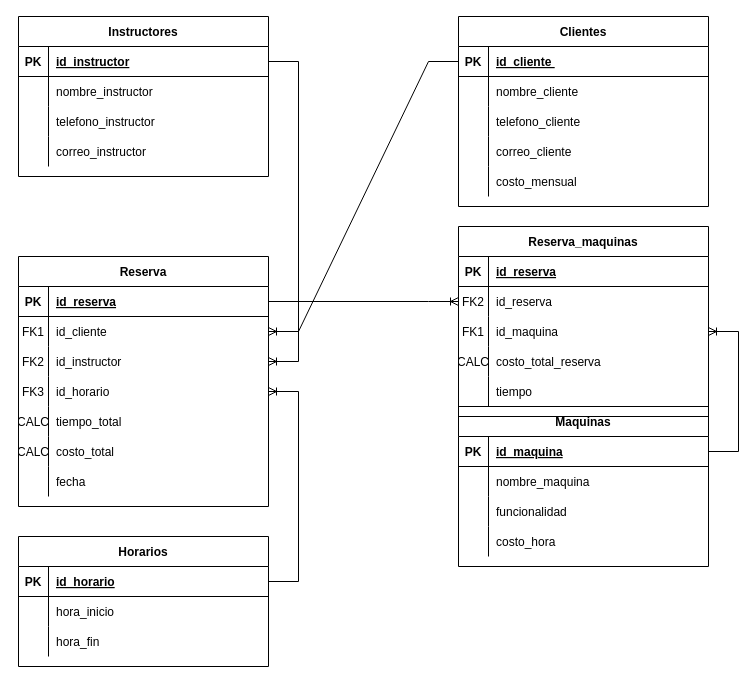
The draw.io diagram Gimnasio/GimnasioMER_proyect.drawio in moises-ph/Base-de-datos-T3, before the edit. Source tidied: cells renumbered, new cells numbered last; positions are measured from the earlier drawing's top-left corner, leaving out a move shared by most shapes. Both pictures are drawn from the tidied source at 100%, with x=0, y=0 at pixel (18, 16).
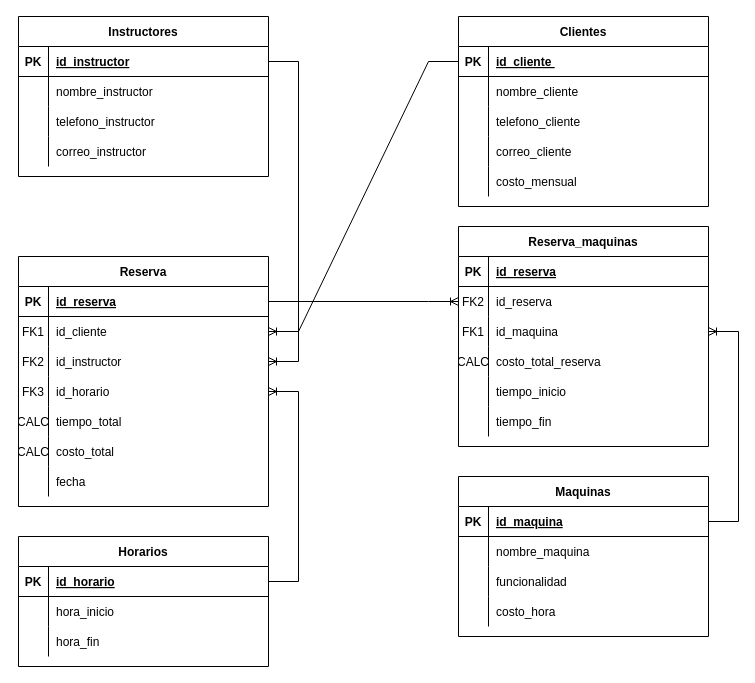
Above is the later version.

The change refers to these unchanged cells:
```xml
<mxCell id="89" style="shape=partialRectangle;fillColor=none;top=0;left=0;right=0;bottom=0;" parent="76" vertex="1">
  <mxGeometry y="150" width="250" height="30" as="geometry" />
</mxCell>
```

Change to the diagram source:
```diff
@@
     <mxCell id="2" value="Maquinas" style="shape=table;startSize=30;childLayout=tableLayout;rowLines=0;fontStyle=1;align=center;" parent="1" vertex="1">
-      <mxGeometry x="440" y="390" width="250" height="160" as="geometry" />
+      <mxGeometry x="440" y="460" width="250" height="160" as="geometry" />
     </mxCell>
@@
     <mxCell id="76" value="Reserva_maquinas" style="shape=table;startSize=30;childLayout=tableLayout;rowLines=0;fontStyle=1;align=center;" parent="1" vertex="1">
-      <mxGeometry x="440" y="210" width="250" height="190" as="geometry" />
+      <mxGeometry x="440" y="210" width="250" height="220" as="geometry" />
     </mxCell>
@@
-    <mxCell id="91" value="tiempo" style="shape=partialRectangle;overflow=hidden;fillColor=none;top=0;left=0;bottom=0;right=0;align=left;spacingLeft=6;" parent="89" vertex="1">
+    <mxCell id="91" value="tiempo_inicio" style="shape=partialRectangle;overflow=hidden;fillColor=none;top=0;left=0;bottom=0;right=0;align=left;spacingLeft=6;" parent="89" vertex="1">
       <mxGeometry x="30" width="220" height="30" as="geometry" />
     </mxCell>
+    <mxCell id="97" style="shape=partialRectangle;fillColor=none;top=0;left=0;right=0;bottom=0;" parent="76" vertex="1">
+      <mxGeometry y="180" width="250" height="30" as="geometry" />
+    </mxCell>
+    <mxCell id="98" style="shape=partialRectangle;overflow=hidden;fillColor=none;top=0;left=0;bottom=0;right=0;" parent="97" vertex="1">
+      <mxGeometry width="30" height="30" as="geometry" />
+    </mxCell>
+    <mxCell id="99" value="tiempo_fin" style="shape=partialRectangle;overflow=hidden;fillColor=none;top=0;left=0;bottom=0;right=0;align=left;spacingLeft=6;" parent="97" vertex="1">
+      <mxGeometry x="30" width="220" height="30" as="geometry" />
+    </mxCell>
```
